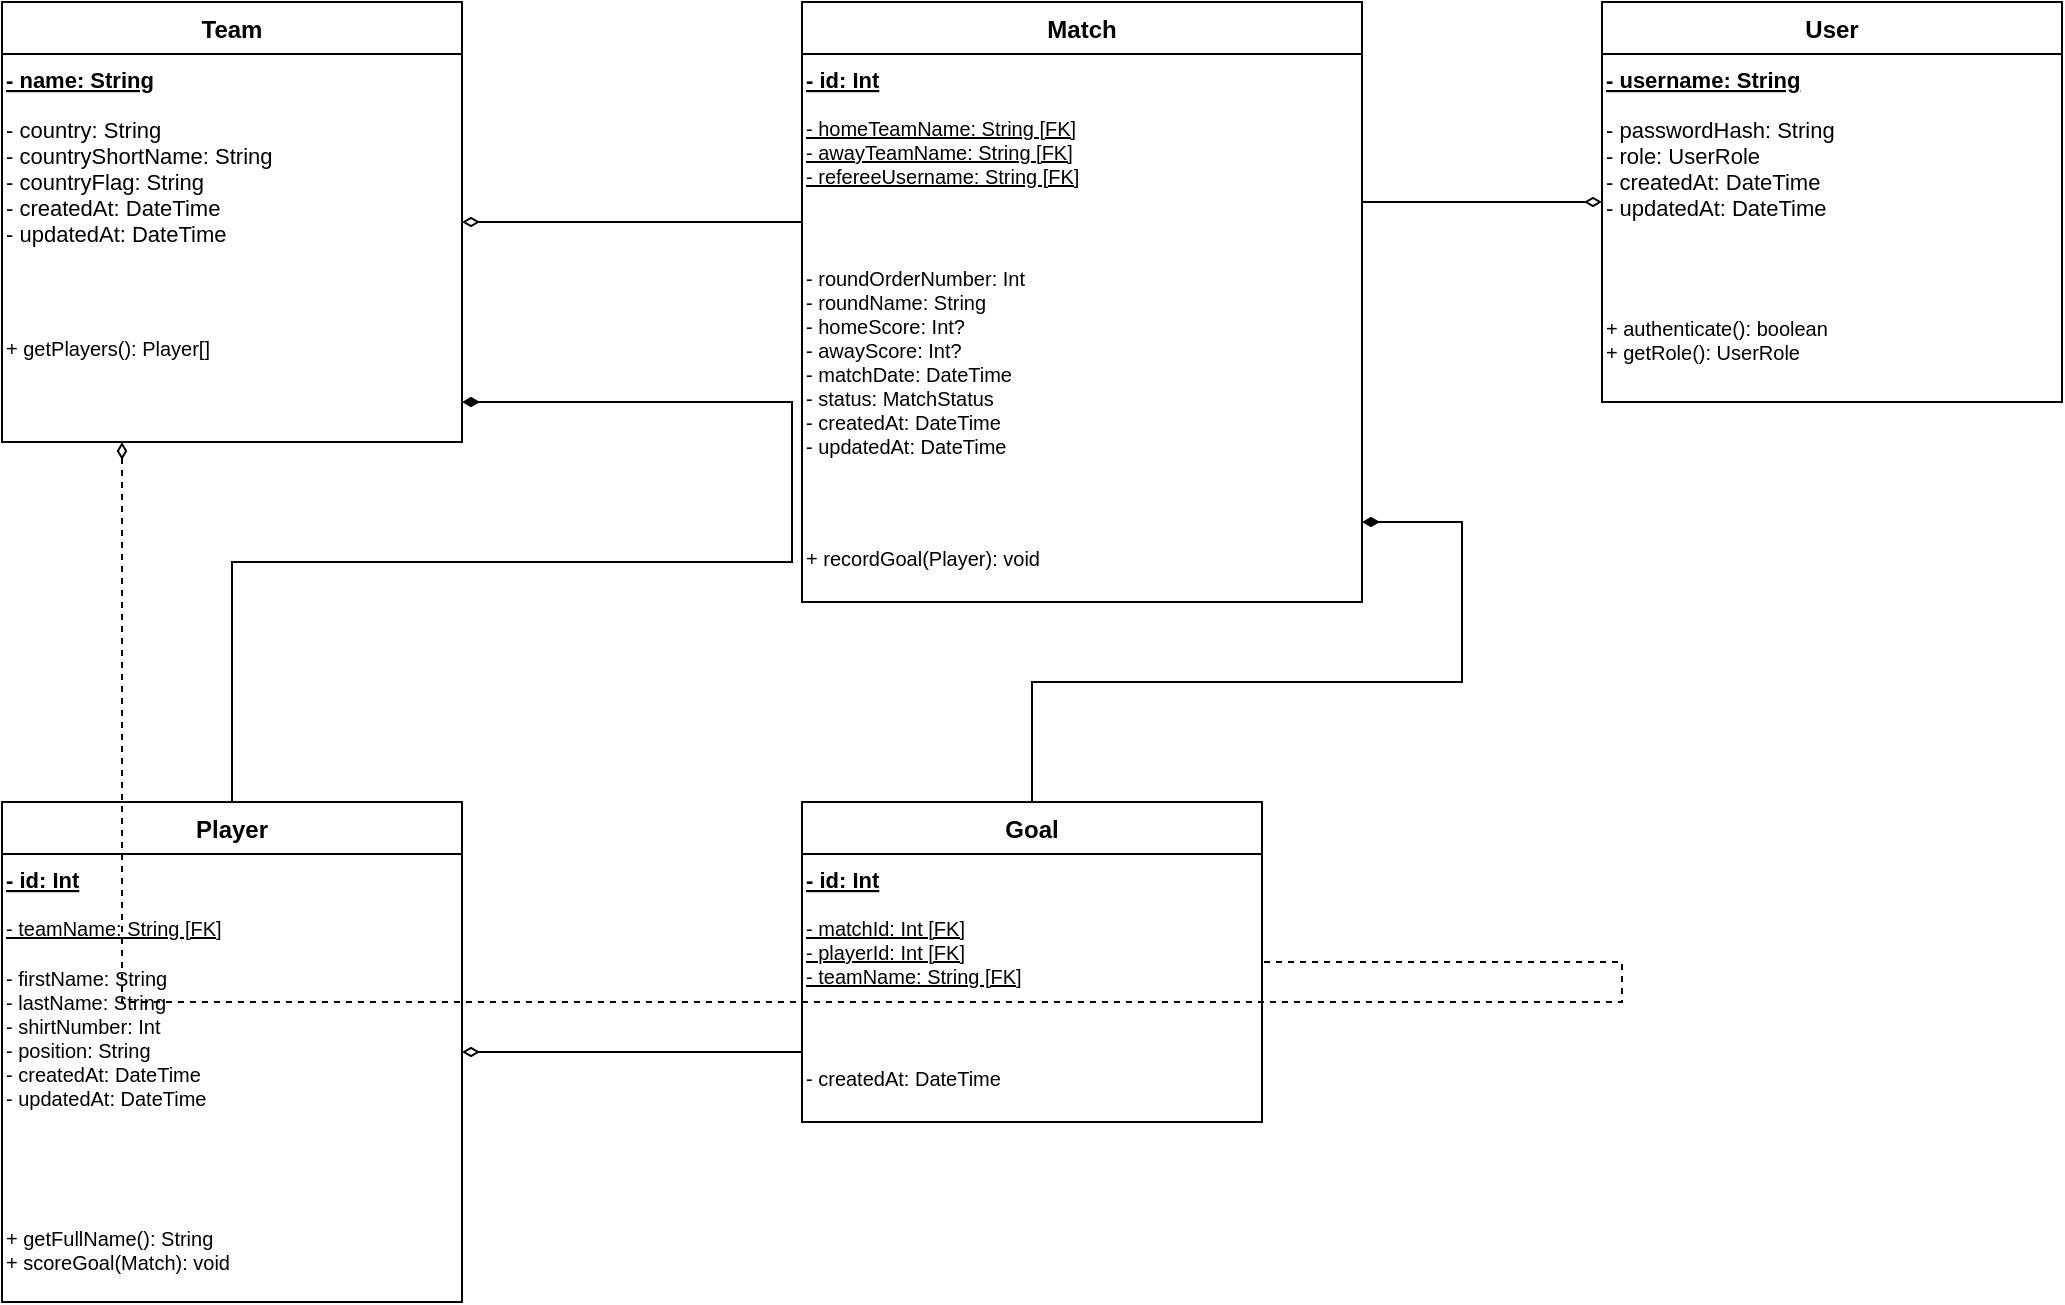
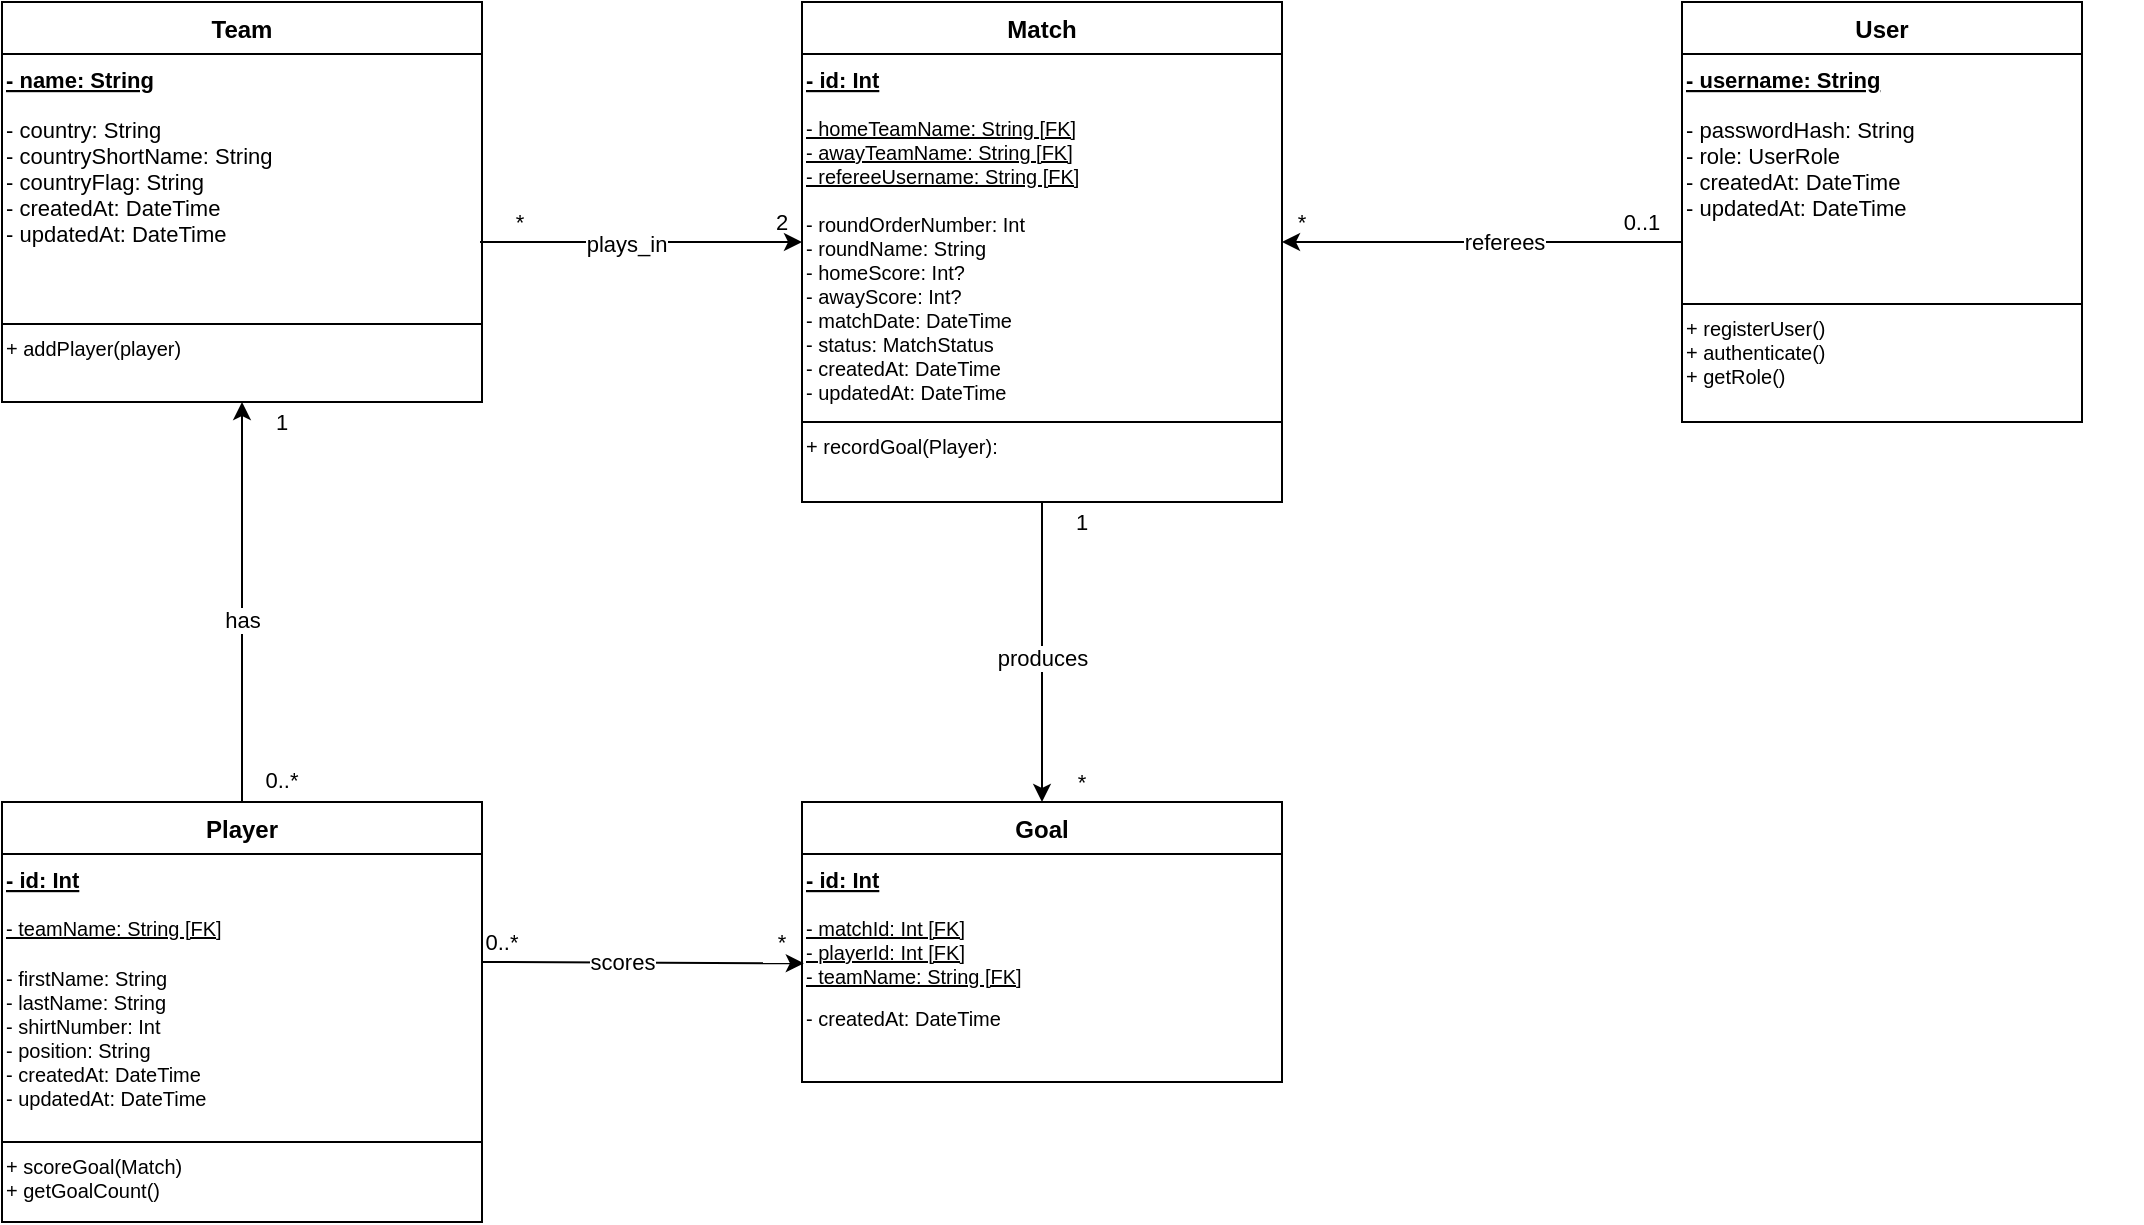
<mxfile host="app.diagrams.net">
  <diagram name="UML Class Diagram" id="uml-class-diagram">
-     <mxGraphModel dx="1230" dy="734" grid="1" gridSize="10" guides="1" tooltips="1" connect="1" arrows="1" fold="1" page="1" pageScale="1" pageWidth="1169" pageHeight="827" math="0" shadow="0">
+     <mxGraphModel dx="1884" dy="878" grid="1" gridSize="10" guides="1" tooltips="1" connect="1" arrows="1" fold="1" page="1" pageScale="1" pageWidth="1169" pageHeight="827" math="0" shadow="0">
      <root>
        <mxCell id="0" />
        <mxCell id="1" parent="0" />
        <mxCell id="class_user" parent="1" style="swimlane;fontStyle=1;align=center;startSize=26;" value="User" vertex="1">
-           <mxGeometry height="200" width="230" x="880" y="80" as="geometry" />
+           <mxGeometry height="210" width="200" x="920" y="80" as="geometry" />
        </mxCell>
        <mxCell id="user_pk" parent="class_user" style="text;align=left;strokeColor=none;fillColor=none;fontSize=11;fontStyle=5;" value="- username: String" vertex="1">
          <mxGeometry height="25" width="230" y="26" as="geometry" />
        </mxCell>
        <mxCell id="user_attrs" parent="class_user" style="text;align=left;strokeColor=none;fillColor=none;fontSize=11;" value="- passwordHash: String&#xa;- role: UserRole&#xa;- createdAt: DateTime&#xa;- updatedAt: DateTime" vertex="1">
          <mxGeometry height="100" width="230" y="51" as="geometry" />
        </mxCell>
-         <mxCell id="user_ops" parent="class_user" style="text;align=left;strokeColor=none;fillColor=none;fontSize=10;" value="+ authenticate(): boolean&#xa;+ getRole(): UserRole" vertex="1">
-           <mxGeometry height="40" width="230" y="151" as="geometry" />
+         <mxCell id="user_ops" parent="class_user" style="text;align=left;strokeColor=default;fillColor=none;fontSize=10;" value="+ registerUser()&#xa;+ authenticate()&#xa;+ getRole()" vertex="1">
+           <mxGeometry height="59" width="200" y="151" as="geometry" />
+         </mxCell>
+         <mxCell id="5Wszh4CmjhDldM9S3pPi-4" edge="1" parent="1" source="5Wszh4CmjhDldM9S3pPi-18" style="edgeStyle=none;rounded=0;orthogonalLoop=1;jettySize=auto;html=1;exitX=0;exitY=1;exitDx=0;exitDy=0;">
+           <mxGeometry relative="1" as="geometry">
+             <mxPoint x="310" y="199.890350877193" as="sourcePoint" />
+             <mxPoint x="480" y="200" as="targetPoint" />
+           </mxGeometry>
+         </mxCell>
+         <mxCell id="5Wszh4CmjhDldM9S3pPi-9" connectable="0" parent="5Wszh4CmjhDldM9S3pPi-4" style="edgeLabel;html=1;align=center;verticalAlign=middle;resizable=0;points=[];" value="plays_in" vertex="1">
+           <mxGeometry relative="1" x="-0.0953" y="-1" as="geometry">
+             <mxPoint as="offset" />
+           </mxGeometry>
        </mxCell>
        <mxCell id="class_team" parent="1" style="swimlane;fontStyle=1;align=center;startSize=26;" value="Team" vertex="1">
-           <mxGeometry height="220" width="230" x="80" y="80" as="geometry" />
+           <mxGeometry height="200" width="240" x="80" y="80" as="geometry" />
        </mxCell>
        <mxCell id="team_pk" parent="class_team" style="text;align=left;strokeColor=none;fillColor=none;fontSize=11;fontStyle=5;" value="- name: String" vertex="1">
          <mxGeometry height="25" width="230" y="26" as="geometry" />
        </mxCell>
        <mxCell id="team_attrs" parent="class_team" style="text;align=left;strokeColor=none;fillColor=none;fontSize=11;" value="- country: String&#xa;- countryShortName: String&#xa;- countryFlag: String&#xa;- createdAt: DateTime&#xa;- updatedAt: DateTime" vertex="1">
-           <mxGeometry height="110" width="230" y="51" as="geometry" />
+           <mxGeometry height="89" width="230" y="51" as="geometry" />
        </mxCell>
-         <mxCell id="team_ops" parent="class_team" style="text;align=left;strokeColor=none;fillColor=none;fontSize=10;" value="+ getPlayers(): Player[]" vertex="1">
-           <mxGeometry height="40" width="230" y="161" as="geometry" />
+         <mxCell id="team_ops" parent="class_team" style="text;align=left;strokeColor=default;fillColor=none;fontSize=10;" value="+ addPlayer(player)" vertex="1">
+           <mxGeometry height="39" width="240" y="161" as="geometry" />
        </mxCell>
        <mxCell id="class_match" parent="1" style="swimlane;fontStyle=1;align=center;startSize=26;fillColor:#e1f5e1;" value="Match" vertex="1">
-           <mxGeometry height="300" width="280" x="480" y="80" as="geometry" />
+           <mxGeometry height="250" width="240" x="480" y="80" as="geometry" />
        </mxCell>
        <mxCell id="match_pk" parent="class_match" style="text;align=left;strokeColor=none;fillColor=none;fontSize=11;fontStyle=5;" value="- id: Int" vertex="1">
          <mxGeometry height="25" width="280" y="26" as="geometry" />
        </mxCell>
        <mxCell id="match_fk" parent="class_match" style="text;align=left;strokeColor=none;fillColor=none;fontSize=10;fontStyle=4;" value="- homeTeamName: String [FK]&#xa;- awayTeamName: String [FK]&#xa;- refereeUsername: String [FK]" vertex="1">
-           <mxGeometry height="75" width="280" y="51" as="geometry" />
+           <mxGeometry height="75" width="220" y="51" as="geometry" />
        </mxCell>
        <mxCell id="match_attrs" parent="class_match" style="text;align=left;strokeColor=none;fillColor=none;fontSize=10;" value="- roundOrderNumber: Int&#xa;- roundName: String&#xa;- homeScore: Int?&#xa;- awayScore: Int?&#xa;- matchDate: DateTime&#xa;- status: MatchStatus&#xa;- createdAt: DateTime&#xa;- updatedAt: DateTime" vertex="1">
-           <mxGeometry height="140" width="280" y="126" as="geometry" />
+           <mxGeometry height="114" width="220" y="99" as="geometry" />
        </mxCell>
-         <mxCell id="match_ops" parent="class_match" style="text;align=left;strokeColor=none;fillColor=none;fontSize=10;" value="+ recordGoal(Player): void" vertex="1">
-           <mxGeometry height="20" width="280" y="266" as="geometry" />
+         <mxCell id="match_ops" parent="class_match" style="text;align=left;strokeColor=default;fillColor=none;fontSize=10;" value="+ recordGoal(Player):" vertex="1">
+           <mxGeometry height="40" width="240" y="210" as="geometry" />
+         </mxCell>
+         <mxCell id="5Wszh4CmjhDldM9S3pPi-1" edge="1" parent="1" source="class_player" style="edgeStyle=none;rounded=0;orthogonalLoop=1;jettySize=auto;html=1;exitX=0.5;exitY=0;exitDx=0;exitDy=0;entryX=0;entryY=0;entryDx=0;entryDy=0;" target="5Wszh4CmjhDldM9S3pPi-22">
+           <mxGeometry relative="1" as="geometry">
+             <mxPoint x="200" y="410" as="sourcePoint" />
+             <mxPoint x="200" y="300" as="targetPoint" />
+           </mxGeometry>
+         </mxCell>
+         <mxCell id="5Wszh4CmjhDldM9S3pPi-11" connectable="0" parent="5Wszh4CmjhDldM9S3pPi-1" style="edgeLabel;html=1;align=center;verticalAlign=middle;resizable=0;points=[];" value="has" vertex="1">
+           <mxGeometry relative="1" x="-0.1799" y="1" as="geometry">
+             <mxPoint x="1" y="-9" as="offset" />
+           </mxGeometry>
        </mxCell>
        <mxCell id="class_player" parent="1" style="swimlane;fontStyle=1;align=center;startSize=26;fillColor:#e1f5e1;" value="Player" vertex="1">
-           <mxGeometry height="250" width="230" x="80" y="480" as="geometry" />
+           <mxGeometry height="210" width="240" x="80" y="480" as="geometry" />
        </mxCell>
        <mxCell id="player_pk" parent="class_player" style="text;align=left;strokeColor=none;fillColor=none;fontSize=11;fontStyle=5;" value="- id: Int" vertex="1">
          <mxGeometry height="25" width="230" y="26" as="geometry" />
        </mxCell>
        <mxCell id="player_fk" parent="class_player" style="text;align=left;strokeColor=none;fillColor=none;fontSize=10;fontStyle=4;" value="- teamName: String [FK]" vertex="1">
          <mxGeometry height="25" width="230" y="51" as="geometry" />
        </mxCell>
        <mxCell id="player_attrs" parent="class_player" style="text;align=left;strokeColor=none;fillColor=none;fontSize=10;" value="- firstName: String&#xa;- lastName: String&#xa;- shirtNumber: Int&#xa;- position: String&#xa;- createdAt: DateTime&#xa;- updatedAt: DateTime" vertex="1">
-           <mxGeometry height="130" width="230" y="76" as="geometry" />
+           <mxGeometry height="84" width="230" y="76" as="geometry" />
        </mxCell>
-         <mxCell id="player_ops" parent="class_player" style="text;align=left;strokeColor=none;fillColor=none;fontSize=10;" value="+ getFullName(): String&#xa;+ scoreGoal(Match): void" vertex="1">
-           <mxGeometry height="40" width="230" y="206" as="geometry" />
+         <mxCell id="player_ops" parent="class_player" style="text;align=left;strokeColor=default;fillColor=none;fontSize=10;" value="+ scoreGoal(Match)&#xa;+ getGoalCount()" vertex="1">
+           <mxGeometry height="40" width="240" y="170" as="geometry" />
        </mxCell>
        <mxCell id="class_goal" parent="1" style="swimlane;fontStyle=1;align=center;startSize=26;fillColor:#e1f5e1;" value="Goal" vertex="1">
-           <mxGeometry height="160" width="230" x="480" y="480" as="geometry" />
+           <mxGeometry height="140" width="240" x="480" y="480" as="geometry" />
        </mxCell>
        <mxCell id="goal_pk" parent="class_goal" style="text;align=left;strokeColor=none;fillColor=none;fontSize=11;fontStyle=5;" value="- id: Int" vertex="1">
          <mxGeometry height="25" width="230" y="26" as="geometry" />
        </mxCell>
        <mxCell id="goal_fk" parent="class_goal" style="text;align=left;strokeColor=none;fillColor=none;fontSize=10;fontStyle=4;" value="- matchId: Int [FK]&#xa;- playerId: Int [FK]&#xa;- teamName: String [FK]" vertex="1">
          <mxGeometry height="75" width="230" y="51" as="geometry" />
        </mxCell>
        <mxCell id="goal_attrs" parent="class_goal" style="text;align=left;strokeColor=none;fillColor=none;fontSize=10;" value="- createdAt: DateTime" vertex="1">
-           <mxGeometry height="30" width="230" y="126" as="geometry" />
+           <mxGeometry height="30" width="230" y="96" as="geometry" />
        </mxCell>
-         <mxCell id="rel_user_match" edge="1" parent="1" source="class_user" style="edgeStyle=orthogonalEdgeStyle;rounded=0;html=1;startArrow=diamondThin;startFill=0;endArrow=baseDash;endFill=0;" target="class_match">
+         <mxCell id="5Wszh4CmjhDldM9S3pPi-6" edge="1" parent="1" source="user_attrs" style="edgeStyle=none;rounded=0;orthogonalLoop=1;jettySize=auto;html=1;exitX=0;exitY=0.69;exitDx=0;exitDy=0;exitPerimeter=0;">
          <mxGeometry relative="1" as="geometry">
-             <Array as="points">
-               <mxPoint x="490" y="150" />
-               <mxPoint x="490" y="150" />
-             </Array>
-             <mxPoint x="280" y="150" as="sourcePoint" />
-             <mxPoint x="670" y="150" as="targetPoint" />
+             <mxPoint x="880" y="200" as="sourcePoint" />
+             <mxPoint x="720" y="200" as="targetPoint" />
          </mxGeometry>
        </mxCell>
-         <mxCell id="label_user_match" connectable="0" parent="rel_user_match" style="edgeLabel;html=1;align=center;verticalAlign=middle;resizable=0;points=[];fontSize=10;" value="referees 0..1">
-           <mxGeometry relative="1" y="-1" as="geometry">
-             <mxPoint y="-10" as="offset" />
+         <mxCell id="5Wszh4CmjhDldM9S3pPi-10" connectable="0" parent="5Wszh4CmjhDldM9S3pPi-6" style="edgeLabel;html=1;align=center;verticalAlign=middle;resizable=0;points=[];" value="referees" vertex="1">
+           <mxGeometry relative="1" x="-0.2644" y="-2" as="geometry">
+             <mxPoint x="-16" y="2" as="offset" />
          </mxGeometry>
        </mxCell>
-         <mxCell id="rel_team_player" edge="1" parent="1" source="class_team" style="edgeStyle=orthogonalEdgeStyle;rounded=0;html=1;startArrow=diamondThin;startFill=1;endArrow=baseDash;endFill=0;" target="class_player">
+         <mxCell id="5Wszh4CmjhDldM9S3pPi-7" edge="1" parent="1" source="5Wszh4CmjhDldM9S3pPi-23" style="edgeStyle=none;rounded=0;orthogonalLoop=1;jettySize=auto;html=1;entryX=0.004;entryY=0.089;entryDx=0;entryDy=0;entryPerimeter=0;exitX=0.25;exitY=1;exitDx=0;exitDy=0;">
          <mxGeometry relative="1" as="geometry">
-             <Array as="points">
-               <mxPoint x="475" y="280" />
-               <mxPoint x="475" y="360" />
-             </Array>
+             <mxPoint x="310" y="559.0759128427532" as="sourcePoint" />
+             <mxPoint x="480.9200000000001" y="560.6750000000001" as="targetPoint" />
          </mxGeometry>
        </mxCell>
-         <mxCell id="label_team_player" connectable="0" parent="rel_team_player" style="edgeLabel;html=1;align=center;verticalAlign=middle;resizable=0;points=[];fontSize=10;" value="has 1..*">
-           <mxGeometry relative="1" y="-1" as="geometry">
-             <mxPoint y="-10" as="offset" />
+         <mxCell id="5Wszh4CmjhDldM9S3pPi-15" connectable="0" parent="5Wszh4CmjhDldM9S3pPi-7" style="edgeLabel;html=1;align=center;verticalAlign=middle;resizable=0;points=[];" value="scores" vertex="1">
+           <mxGeometry relative="1" x="-0.1326" y="1" as="geometry">
+             <mxPoint as="offset" />
          </mxGeometry>
        </mxCell>
-         <mxCell id="rel_team_match_home" edge="1" parent="1" source="class_team" style="edgeStyle=orthogonalEdgeStyle;rounded=0;html=1;startArrow=diamondThin;startFill=0;endArrow=baseDash;endFill=0;" target="class_match">
-           <mxGeometry relative="1" as="geometry">
-             <Array as="points">
-               <mxPoint x="590" y="160" />
-               <mxPoint x="590" y="160" />
-               <mxPoint x="590" y="160" />
-             </Array>
+         <mxCell id="5Wszh4CmjhDldM9S3pPi-13" edge="1" parent="1" source="class_match" style="edgeStyle=none;rounded=0;orthogonalLoop=1;jettySize=auto;html=1;entryX=0.5;entryY=0;entryDx=0;entryDy=0;" target="class_goal">
+           <mxGeometry relative="1" as="geometry" />
+         </mxCell>
+         <mxCell id="5Wszh4CmjhDldM9S3pPi-14" connectable="0" parent="5Wszh4CmjhDldM9S3pPi-13" style="edgeLabel;html=1;align=center;verticalAlign=middle;resizable=0;points=[];" value="produces" vertex="1">
+           <mxGeometry relative="1" x="0.1186" y="-1" as="geometry">
+             <mxPoint x="1" y="-6" as="offset" />
          </mxGeometry>
        </mxCell>
-         <mxCell id="label_team_match_home" connectable="0" parent="rel_team_match_home" style="edgeLabel;html=1;align=center;verticalAlign=middle;resizable=0;points=[];fontSize=10;" value="plays 0..*">
-           <mxGeometry relative="1" y="-1" as="geometry">
-             <mxPoint y="-10" as="offset" />
-           </mxGeometry>
+         <mxCell id="5Wszh4CmjhDldM9S3pPi-16" parent="1" style="text;html=1;whiteSpace=wrap;strokeColor=none;fillColor=none;align=center;verticalAlign=middle;rounded=0;fontSize=11;" value="2" vertex="1">
+           <mxGeometry height="20" width="40" x="450" y="180" as="geometry" />
        </mxCell>
-         <mxCell id="rel_match_goal" edge="1" parent="1" source="class_match" style="edgeStyle=orthogonalEdgeStyle;rounded=0;html=1;startArrow=diamondThin;startFill=1;endArrow=baseDash;endFill=0;" target="class_goal">
-           <mxGeometry relative="1" as="geometry">
-             <Array as="points">
-               <mxPoint x="810" y="340" />
-               <mxPoint x="810" y="420" />
-             </Array>
-           </mxGeometry>
+         <mxCell id="5Wszh4CmjhDldM9S3pPi-17" parent="1" style="text;html=1;whiteSpace=wrap;strokeColor=none;fillColor=none;align=center;verticalAlign=middle;rounded=0;fontSize=11;" value="0..*" vertex="1">
+           <mxGeometry height="20" width="40" x="200" y="459" as="geometry" />
        </mxCell>
-         <mxCell id="label_match_goal" connectable="0" parent="rel_match_goal" style="edgeLabel;html=1;align=center;verticalAlign=middle;resizable=0;points=[];fontSize=10;" value="records 1..*">
-           <mxGeometry relative="1" y="-1" as="geometry">
-             <mxPoint y="-10" as="offset" />
-           </mxGeometry>
+         <mxCell id="5Wszh4CmjhDldM9S3pPi-18" parent="1" style="text;html=1;whiteSpace=wrap;strokeColor=none;fillColor=none;align=center;verticalAlign=middle;rounded=0;fontSize=11;" value="*" vertex="1">
+           <mxGeometry height="20" width="40" x="319" y="180" as="geometry" />
        </mxCell>
-         <mxCell id="rel_player_goal" edge="1" parent="1" source="class_player" style="edgeStyle=orthogonalEdgeStyle;rounded=0;html=1;startArrow=diamondThin;startFill=0;endArrow=baseDash;endFill=0;" target="class_goal">
-           <mxGeometry relative="1" as="geometry">
-             <Array as="points">
-               <mxPoint x="590" y="500" />
-               <mxPoint x="590" y="500" />
-               <mxPoint x="590" y="500" />
-             </Array>
-           </mxGeometry>
+         <mxCell id="5Wszh4CmjhDldM9S3pPi-19" parent="1" style="text;html=1;whiteSpace=wrap;strokeColor=none;fillColor=none;align=center;verticalAlign=middle;rounded=0;fontSize=11;" value="*" vertex="1">
+           <mxGeometry height="20" width="40" x="710" y="180" as="geometry" />
        </mxCell>
-         <mxCell id="label_player_goal" connectable="0" parent="rel_player_goal" style="edgeLabel;html=1;align=center;verticalAlign=middle;resizable=0;points=[];fontSize=10;" value="scores 0..*">
-           <mxGeometry relative="1" y="-1" as="geometry">
-             <mxPoint y="-10" as="offset" />
-           </mxGeometry>
+         <mxCell id="5Wszh4CmjhDldM9S3pPi-21" parent="1" style="text;html=1;whiteSpace=wrap;strokeColor=none;fillColor=none;align=center;verticalAlign=middle;rounded=0;fontSize=11;" value="0..1" vertex="1">
+           <mxGeometry height="20" width="40" x="880" y="180" as="geometry" />
        </mxCell>
-         <mxCell id="rel_team_goal" edge="1" parent="1" source="class_team" style="edgeStyle=orthogonalEdgeStyle;rounded=0;html=1;startArrow=diamondThin;startFill=0;endArrow=baseDash;endFill=0;dashed=1;" target="class_goal">
-           <mxGeometry relative="1" as="geometry">
-             <Array as="points">
-               <mxPoint x="140" y="580" />
-               <mxPoint x="890" y="580" />
-               <mxPoint x="890" y="560" />
-             </Array>
-           </mxGeometry>
+         <mxCell id="5Wszh4CmjhDldM9S3pPi-22" parent="1" style="text;html=1;whiteSpace=wrap;strokeColor=none;fillColor=none;align=center;verticalAlign=middle;rounded=0;fontSize=11;" value="1" vertex="1">
+           <mxGeometry height="20" width="40" x="200" y="280" as="geometry" />
        </mxCell>
-         <mxCell id="label_team_goal" connectable="0" parent="rel_team_goal" style="edgeLabel;html=1;align=center;verticalAlign=middle;resizable=0;points=[];fontSize=10;fontStyle=4;" value="for_team 0..*">
-           <mxGeometry relative="1" y="-1" as="geometry">
-             <mxPoint y="-10" as="offset" />
-           </mxGeometry>
+         <mxCell id="5Wszh4CmjhDldM9S3pPi-23" parent="1" style="text;html=1;whiteSpace=wrap;strokeColor=none;fillColor=none;align=center;verticalAlign=middle;rounded=0;fontSize=11;" value="0..*" vertex="1">
+           <mxGeometry height="20" width="40" x="310" y="540" as="geometry" />
+         </mxCell>
+         <mxCell id="5Wszh4CmjhDldM9S3pPi-24" parent="1" style="text;html=1;whiteSpace=wrap;strokeColor=none;fillColor=none;align=center;verticalAlign=middle;rounded=0;fontSize=11;" value="*" vertex="1">
+           <mxGeometry height="20" width="40" x="450" y="540" as="geometry" />
+         </mxCell>
+         <mxCell id="5Wszh4CmjhDldM9S3pPi-25" parent="1" style="text;html=1;whiteSpace=wrap;strokeColor=none;fillColor=none;align=center;verticalAlign=middle;rounded=0;fontSize=11;" value="*" vertex="1">
+           <mxGeometry height="20" width="40" x="600" y="460" as="geometry" />
+         </mxCell>
+         <mxCell id="5Wszh4CmjhDldM9S3pPi-26" parent="1" style="text;html=1;whiteSpace=wrap;strokeColor=none;fillColor=none;align=center;verticalAlign=middle;rounded=0;fontSize=11;" value="1" vertex="1">
+           <mxGeometry height="20" width="40" x="600" y="330" as="geometry" />
        </mxCell>
      </root>
    </mxGraphModel>
  </diagram>
</mxfile>
